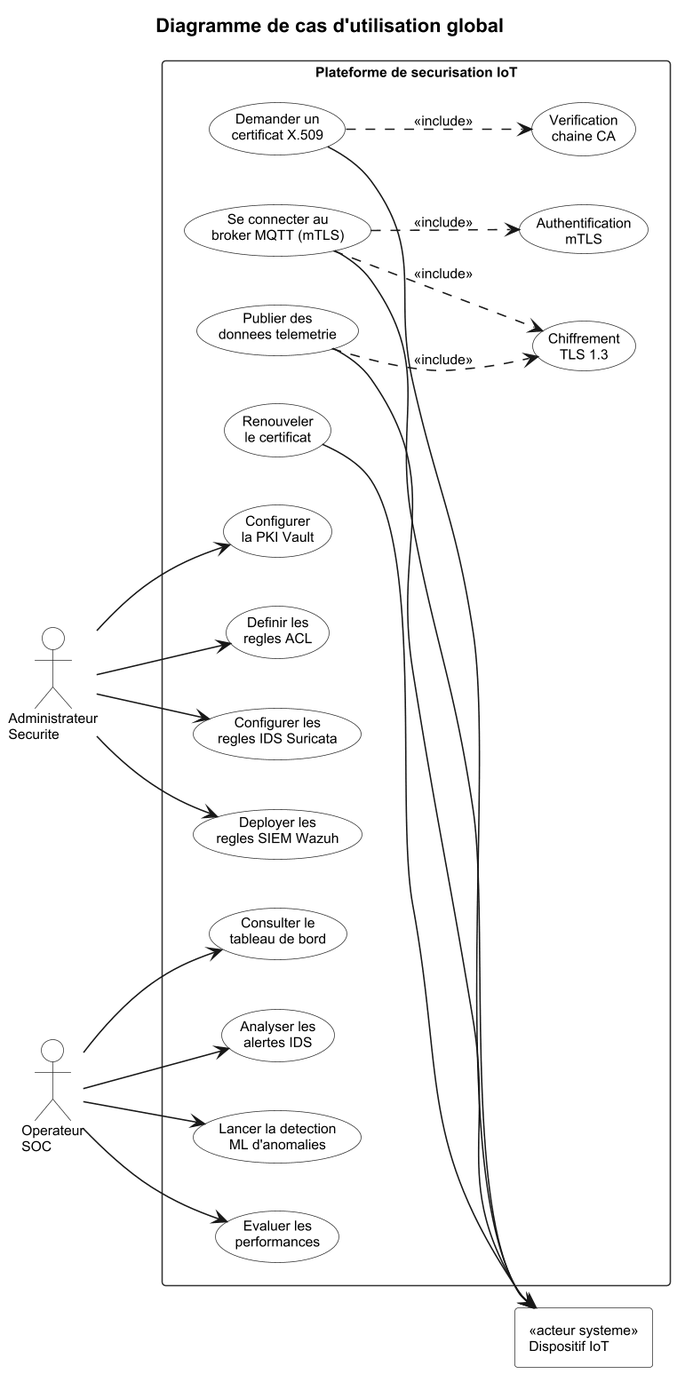
AmineGhannouchi/PFE-IoT-Security-TT keeps this PlantUML diagram as documentation/rapport4/diagrams/diag-uc-global.png. Above is the earlier version.
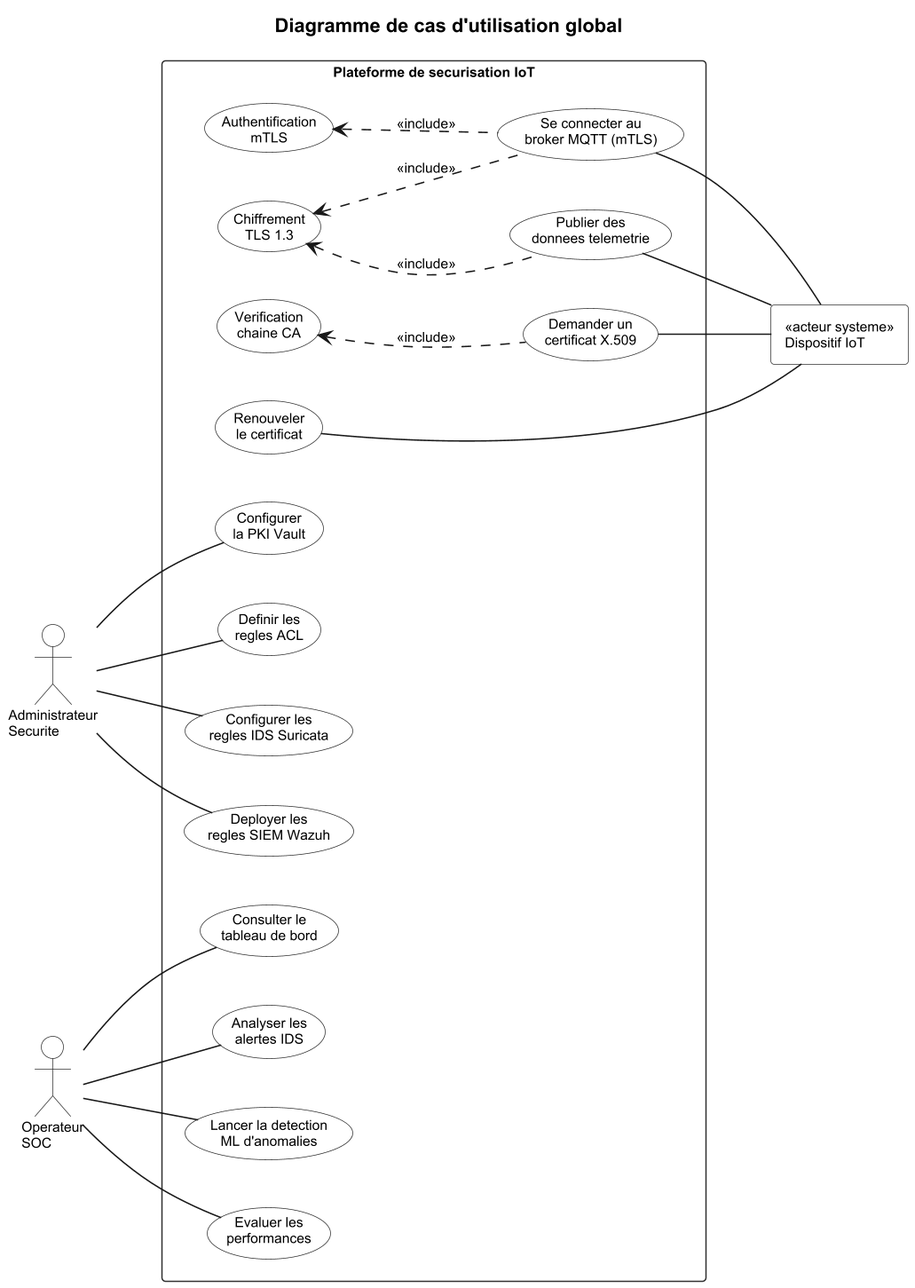
Above is the later version.

Commit message:
refactor: Update figures and diagrams for improved clarity and layout; enhance use case representation

Change to the diagram source:
```diff
@@ -23,6 +23,9 @@
 title Diagramme de cas d'utilisation global
 
 left to right direction
+
+
+rectangle "<<acteur systeme>>\nDispositif IoT" as DEV
 
 
 actor "Administrateur\nSecurite" as ADMIN
@@ -52,30 +55,30 @@
 }
 
 
-rectangle "<<acteur systeme>>\nDispositif IoT" as DEV
+UC_VERIF -[hidden]- DEV
 
 
-ADMIN --> UC5
-ADMIN --> UC6
-ADMIN --> UC7
-ADMIN --> UC8
+UC1 -- DEV
+UC2 -- DEV
+UC3 -- DEV
+UC4 -- DEV
 
 
-SOC --> UC9
-SOC --> UC10
-SOC --> UC11
-SOC --> UC12
+ADMIN -- UC5
+ADMIN -- UC6
+ADMIN -- UC7
+ADMIN -- UC8
 
 
-UC1 --> DEV
-UC2 --> DEV
-UC3 --> DEV
-UC4 --> DEV
+SOC -- UC9
+SOC -- UC10
+SOC -- UC11
+SOC -- UC12
 
 
-UC1 ..> UC_VERIF : <<include>>
-UC2 ..> UC_AUTH  : <<include>>
-UC2 ..> UC_TLS   : <<include>>
-UC3 ..> UC_TLS   : <<include>>
+UC_VERIF <.. UC1 : <<include>>
+UC_AUTH  <.. UC2 : <<include>>
+UC_TLS   <.. UC2 : <<include>>
+UC_TLS   <.. UC3 : <<include>>
 
 @enduml
```
